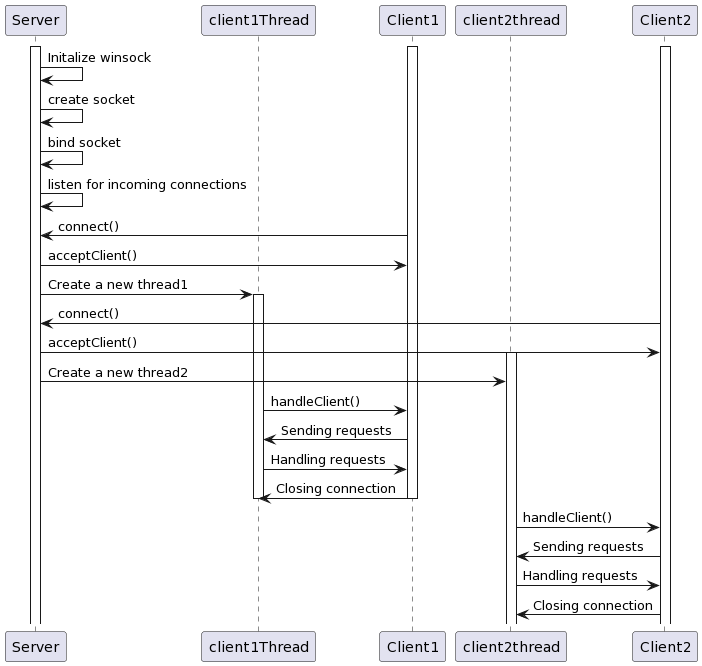
Earlier version of the PlantUML export sequence_diagram.png (freiNbasya/task1-CST).
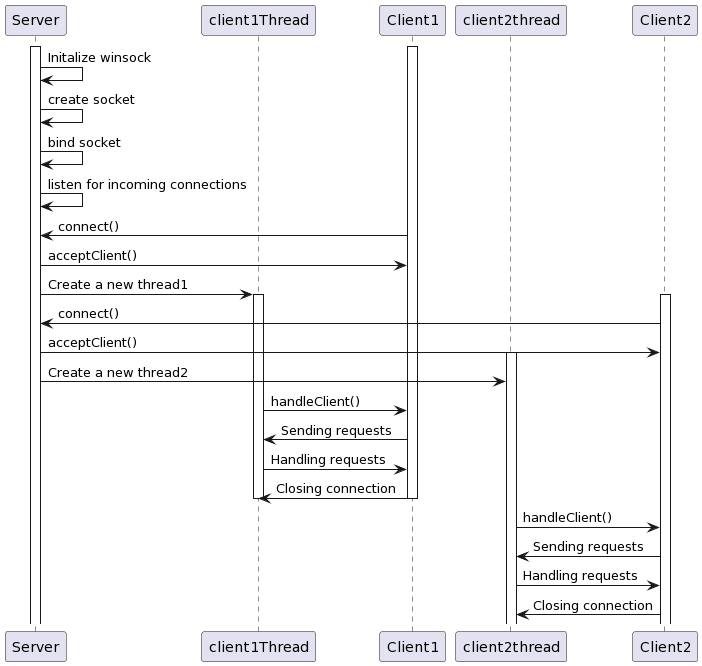
After the change.

Commit message:
Updated sequence diagram, code styling and added header files

Diff of the diagram source:
```diff
@@ -8,7 +8,7 @@
 
 activate Server
 activate Client1
-activate Client2
+
 
 Server -> Server: Initalize winsock
 Server -> Server: create socket
@@ -19,7 +19,7 @@
 Server -> client1Thread: Create a new thread1
 
 activate client1Thread
-
+activate Client2
 Client2 -> Server: connect()
 Server -> Client2: acceptClient()
 
```
